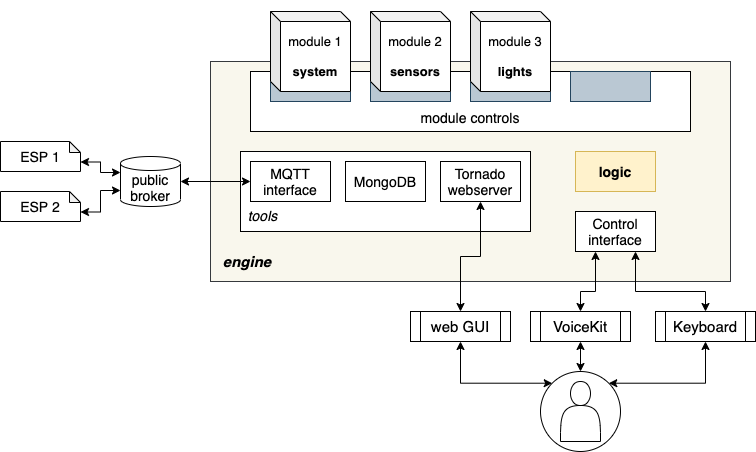
This is .img/vh_project_design.png from kitt10/iot, a draw.io export, as it was before one commit. Source tidied: cells renumbered, new cells last; positions are measured from the earlier drawing's top-left corner, leaving out a move shared by most shapes. The source it was exported from:
```xml
<mxGraphModel>
  <root>
    <mxCell id="0" />
    <mxCell id="1" parent="0" />
    <mxCell id="2" value="&lt;font style=&quot;font-size: 15px&quot;&gt;&lt;b&gt;&lt;br&gt;&lt;br&gt;&lt;br&gt;&lt;br&gt;&lt;br&gt;&lt;br&gt;&lt;br&gt;&lt;br&gt;&lt;br&gt;&lt;br&gt;&lt;br&gt;&lt;br&gt;&lt;br&gt;&amp;nbsp; &amp;nbsp; &amp;nbsp;&amp;nbsp;&lt;br&gt;&lt;i&gt;engine&amp;nbsp; &amp;nbsp; &amp;nbsp; &amp;nbsp; &amp;nbsp; &amp;nbsp; &amp;nbsp; &amp;nbsp; &amp;nbsp; &amp;nbsp; &amp;nbsp; &amp;nbsp; &amp;nbsp; &amp;nbsp; &amp;nbsp; &amp;nbsp; &amp;nbsp; &amp;nbsp; &amp;nbsp; &amp;nbsp; &amp;nbsp; &amp;nbsp; &amp;nbsp; &amp;nbsp; &amp;nbsp; &amp;nbsp; &amp;nbsp; &amp;nbsp; &amp;nbsp; &amp;nbsp; &amp;nbsp; &amp;nbsp; &amp;nbsp; &amp;nbsp; &amp;nbsp; &amp;nbsp; &amp;nbsp; &amp;nbsp; &amp;nbsp; &amp;nbsp; &amp;nbsp; &amp;nbsp; &amp;nbsp; &amp;nbsp; &amp;nbsp; &amp;nbsp; &amp;nbsp; &amp;nbsp; &amp;nbsp; &amp;nbsp; &amp;nbsp; &amp;nbsp; &amp;nbsp; &amp;nbsp;&lt;/i&gt;&lt;br&gt;&lt;br&gt;&lt;br&gt;&lt;br&gt;&lt;/b&gt;&lt;br&gt;&lt;/font&gt;" style="rounded=0;whiteSpace=wrap;html=1;fillColor=#f9f7ed;strokeColor=#36393d;" parent="1" vertex="1">
      <mxGeometry x="210" y="50" width="520" height="220" as="geometry" />
    </mxCell>
    <mxCell id="3" value="&lt;span style=&quot;font-size: 14px&quot;&gt;Control&lt;br&gt;interface&lt;br&gt;&lt;/span&gt;" style="rounded=0;whiteSpace=wrap;html=1;" parent="1" vertex="1">
      <mxGeometry x="575" y="200" width="80" height="40" as="geometry" />
    </mxCell>
    <mxCell id="4" value="&lt;font style=&quot;font-size: 15px&quot;&gt;web GUI&lt;/font&gt;" style="shape=process;whiteSpace=wrap;html=1;backgroundOutline=1;" parent="1" vertex="1">
      <mxGeometry x="410" y="300" width="100" height="30" as="geometry" />
    </mxCell>
    <mxCell id="5" value="&lt;font style=&quot;font-size: 14px&quot;&gt;&lt;br&gt;&lt;br&gt;module controls&lt;/font&gt;" style="rounded=0;whiteSpace=wrap;html=1;" parent="1" vertex="1">
      <mxGeometry x="250" y="60" width="440" height="60" as="geometry" />
    </mxCell>
    <mxCell id="6" style="rounded=0;whiteSpace=wrap;html=1;fillColor=#bac8d3;strokeColor=#23445d;" parent="1" vertex="1">
      <mxGeometry x="270" y="60" width="80" height="30" as="geometry" />
    </mxCell>
    <mxCell id="7" value="&lt;font style=&quot;font-size: 13px&quot;&gt;&lt;font style=&quot;font-size: 13px&quot;&gt;module 1&lt;br&gt;&lt;/font&gt;&lt;b&gt;&lt;br&gt;system&lt;/b&gt;&lt;/font&gt;" style="shape=cube;whiteSpace=wrap;html=1;boundedLbl=1;backgroundOutline=1;darkOpacity=0.05;darkOpacity2=0.1;size=10;" parent="1" vertex="1">
      <mxGeometry x="270" width="80" height="80" as="geometry" />
    </mxCell>
    <mxCell id="8" style="rounded=0;whiteSpace=wrap;html=1;fillColor=#bac8d3;strokeColor=#23445d;" parent="1" vertex="1">
      <mxGeometry x="370" y="60" width="80" height="30" as="geometry" />
    </mxCell>
    <mxCell id="9" style="rounded=0;whiteSpace=wrap;html=1;fillColor=#bac8d3;strokeColor=#23445d;" parent="1" vertex="1">
      <mxGeometry x="470" y="60" width="80" height="30" as="geometry" />
    </mxCell>
    <mxCell id="10" style="rounded=0;whiteSpace=wrap;html=1;fillColor=#bac8d3;strokeColor=#23445d;" parent="1" vertex="1">
      <mxGeometry x="570" y="60" width="80" height="30" as="geometry" />
    </mxCell>
    <mxCell id="11" style="group;" parent="1" vertex="1">
      <mxGeometry x="540" y="360" width="80" height="80" as="geometry" />
    </mxCell>
    <mxCell id="12" style="ellipse;whiteSpace=wrap;html=1;" parent="11" vertex="1">
      <mxGeometry width="80" height="80" as="geometry" />
    </mxCell>
    <mxCell id="13" style="shape=actor;whiteSpace=wrap;html=1;" parent="11" vertex="1">
      <mxGeometry x="20" y="10" width="40" height="60" as="geometry" />
    </mxCell>
    <mxCell id="14" value="&lt;span style=&quot;font-size: 15px&quot;&gt;VoiceKit&lt;/span&gt;" style="shape=process;whiteSpace=wrap;html=1;backgroundOutline=1;" parent="1" vertex="1">
      <mxGeometry x="530" y="300" width="100" height="30" as="geometry" />
    </mxCell>
    <mxCell id="15" value="&lt;font style=&quot;font-size: 13px&quot;&gt;&lt;font style=&quot;font-size: 13px&quot;&gt;module 2&lt;br&gt;&lt;br&gt;&lt;/font&gt;&lt;b&gt;sensors&lt;/b&gt;&lt;/font&gt;" style="shape=cube;whiteSpace=wrap;html=1;boundedLbl=1;backgroundOutline=1;darkOpacity=0.05;darkOpacity2=0.1;size=10;" parent="1" vertex="1">
      <mxGeometry x="370" width="80" height="80" as="geometry" />
    </mxCell>
    <mxCell id="16" value="&lt;font style=&quot;font-size: 13px&quot;&gt;&lt;font style=&quot;font-size: 13px&quot;&gt;module 3&lt;br&gt;&lt;br&gt;&lt;/font&gt;&lt;b&gt;lights&lt;/b&gt;&lt;/font&gt;" style="shape=cube;whiteSpace=wrap;html=1;boundedLbl=1;backgroundOutline=1;darkOpacity=0.05;darkOpacity2=0.1;size=10;" parent="1" vertex="1">
      <mxGeometry x="470" width="80" height="80" as="geometry" />
    </mxCell>
    <mxCell id="17" style="edgeStyle=orthogonalEdgeStyle;rounded=0;jettySize=auto;html=1;exitX=0;exitY=0;exitDx=0;exitDy=16;exitPerimeter=0;entryX=0;entryY=0;entryDx=80;entryDy=20.5;entryPerimeter=0;startArrow=classic;startFill=1;" parent="1" edge="1" source="18" target="26">
      <mxGeometry relative="1" as="geometry" />
    </mxCell>
    <mxCell id="18" value="&lt;font style=&quot;font-size: 14px&quot;&gt;public&lt;br&gt;broker&lt;/font&gt;" style="shape=cylinder3;whiteSpace=wrap;html=1;boundedLbl=1;backgroundOutline=1;size=7;" parent="1" vertex="1">
      <mxGeometry x="120" y="145" width="60" height="50" as="geometry" />
    </mxCell>
    <mxCell id="19" value="&lt;div style=&quot;text-align: left&quot;&gt;&lt;span style=&quot;font-size: 14px&quot;&gt;&lt;i&gt;&lt;br&gt;&lt;/i&gt;&lt;/span&gt;&lt;/div&gt;&lt;div style=&quot;text-align: left&quot;&gt;&lt;span style=&quot;font-size: 14px&quot;&gt;&lt;i&gt;&lt;br&gt;&lt;/i&gt;&lt;/span&gt;&lt;/div&gt;&lt;div style=&quot;text-align: left&quot;&gt;&lt;span style=&quot;font-size: 14px&quot;&gt;&lt;i&gt;&lt;br&gt;&lt;/i&gt;&lt;/span&gt;&lt;/div&gt;&lt;div style=&quot;text-align: left&quot;&gt;&lt;span style=&quot;font-size: 14px&quot;&gt;&lt;i&gt;&lt;br&gt;&lt;/i&gt;&lt;/span&gt;&lt;/div&gt;&lt;div style=&quot;text-align: left&quot;&gt;&lt;span style=&quot;font-size: 14px&quot;&gt;&lt;i&gt;&lt;br&gt;&lt;/i&gt;&lt;/span&gt;&lt;/div&gt;&lt;div style=&quot;text-align: left&quot;&gt;&lt;span style=&quot;font-size: 14px&quot;&gt;&lt;i&gt;tools&amp;nbsp; &amp;nbsp; &amp;nbsp; &amp;nbsp; &amp;nbsp; &amp;nbsp; &amp;nbsp; &amp;nbsp; &amp;nbsp; &amp;nbsp; &amp;nbsp; &amp;nbsp; &amp;nbsp; &amp;nbsp; &amp;nbsp; &amp;nbsp; &amp;nbsp; &amp;nbsp; &amp;nbsp; &amp;nbsp; &amp;nbsp; &amp;nbsp; &amp;nbsp; &amp;nbsp; &amp;nbsp; &amp;nbsp; &amp;nbsp; &amp;nbsp; &amp;nbsp; &amp;nbsp; &amp;nbsp; &amp;nbsp;&lt;/i&gt;&lt;/span&gt;&lt;/div&gt;&lt;div style=&quot;text-align: left&quot;&gt;&lt;span style=&quot;font-size: 14px&quot;&gt;&lt;i&gt;&lt;br&gt;&lt;/i&gt;&lt;/span&gt;&lt;/div&gt;&lt;font style=&quot;font-size: 14px&quot;&gt;&lt;br&gt;&lt;/font&gt;" style="rounded=0;whiteSpace=wrap;html=1;" parent="1" vertex="1">
      <mxGeometry x="240" y="140" width="290" height="80" as="geometry" />
    </mxCell>
    <mxCell id="20" value="&lt;font style=&quot;font-size: 14px&quot;&gt;MongoDB&lt;br&gt;&lt;/font&gt;" style="rounded=0;whiteSpace=wrap;html=1;" parent="1" vertex="1">
      <mxGeometry x="345" y="150" width="80" height="40" as="geometry" />
    </mxCell>
    <mxCell id="21" value="&lt;font style=&quot;font-size: 14px&quot;&gt;Tornado webserver&lt;/font&gt;" style="rounded=0;whiteSpace=wrap;html=1;" parent="1" vertex="1">
      <mxGeometry x="440" y="150" width="80" height="40" as="geometry" />
    </mxCell>
    <mxCell id="22" value="&lt;span style=&quot;font-size: 14px&quot;&gt;MQTT&lt;br&gt;interface&lt;br&gt;&lt;/span&gt;" style="rounded=0;whiteSpace=wrap;html=1;" parent="1" vertex="1">
      <mxGeometry x="250" y="150" width="80" height="40" as="geometry" />
    </mxCell>
    <mxCell id="23" value="&lt;span style=&quot;font-size: 14px&quot;&gt;&lt;b&gt;logic&lt;/b&gt;&lt;br&gt;&lt;/span&gt;" style="rounded=0;whiteSpace=wrap;html=1;fillColor=#fff2cc;strokeColor=#d6b656;" parent="1" vertex="1">
      <mxGeometry x="575" y="140" width="80" height="40" as="geometry" />
    </mxCell>
    <mxCell id="24" style="edgeStyle=orthogonalEdgeStyle;rounded=0;jettySize=auto;html=1;exitX=0.5;exitY=0;exitDx=0;exitDy=0;entryX=0.75;entryY=1;entryDx=0;entryDy=0;startArrow=classic;startFill=1;" parent="1" edge="1" source="25" target="3">
      <mxGeometry relative="1" as="geometry">
        <Array as="points">
          <mxPoint x="705" y="280" />
          <mxPoint x="635" y="280" />
        </Array>
      </mxGeometry>
    </mxCell>
    <mxCell id="25" value="&lt;span style=&quot;font-size: 15px&quot;&gt;Keyboard&lt;/span&gt;" style="shape=process;whiteSpace=wrap;html=1;backgroundOutline=1;" parent="1" vertex="1">
      <mxGeometry x="655" y="300" width="100" height="30" as="geometry" />
    </mxCell>
    <mxCell id="26" value="&lt;font style=&quot;font-size: 14px&quot;&gt;ESP 1&lt;/font&gt;" style="shape=note;whiteSpace=wrap;html=1;backgroundOutline=1;darkOpacity=0.05;size=11;" parent="1" vertex="1">
      <mxGeometry y="130" width="80" height="30" as="geometry" />
    </mxCell>
    <mxCell id="27" style="edgeStyle=orthogonalEdgeStyle;rounded=0;jettySize=auto;html=1;exitX=0;exitY=0;exitDx=80;exitDy=20.5;exitPerimeter=0;entryX=0;entryY=0;entryDx=0;entryDy=34;entryPerimeter=0;startArrow=classic;startFill=1;" parent="1" edge="1" source="28" target="18">
      <mxGeometry relative="1" as="geometry" />
    </mxCell>
    <mxCell id="28" value="&lt;font style=&quot;font-size: 14px&quot;&gt;ESP 2&lt;/font&gt;" style="shape=note;whiteSpace=wrap;html=1;backgroundOutline=1;darkOpacity=0.05;size=11;" parent="1" vertex="1">
      <mxGeometry y="180" width="80" height="30" as="geometry" />
    </mxCell>
    <mxCell id="29" style="edgeStyle=orthogonalEdgeStyle;rounded=0;jettySize=auto;html=1;exitX=1;exitY=0.5;exitDx=0;exitDy=0;exitPerimeter=0;entryX=0;entryY=0.5;entryDx=0;entryDy=0;startArrow=classic;startFill=1;" parent="1" edge="1" source="18" target="22">
      <mxGeometry relative="1" as="geometry" />
    </mxCell>
    <mxCell id="30" style="edgeStyle=orthogonalEdgeStyle;rounded=0;jettySize=auto;html=1;exitX=0.5;exitY=0;exitDx=0;exitDy=0;entryX=0.5;entryY=1;entryDx=0;entryDy=0;startArrow=classic;startFill=1;" parent="1" edge="1" source="4" target="21">
      <mxGeometry relative="1" as="geometry" />
    </mxCell>
    <mxCell id="31" style="edgeStyle=orthogonalEdgeStyle;rounded=0;jettySize=auto;html=1;exitX=0.5;exitY=0;exitDx=0;exitDy=0;entryX=0.25;entryY=1;entryDx=0;entryDy=0;startArrow=classic;startFill=1;" parent="1" edge="1" source="14" target="3">
      <mxGeometry relative="1" as="geometry">
        <Array as="points">
          <mxPoint x="580" y="280" />
          <mxPoint x="595" y="280" />
        </Array>
      </mxGeometry>
    </mxCell>
    <mxCell id="32" style="edgeStyle=orthogonalEdgeStyle;rounded=0;jettySize=auto;html=1;exitX=0;exitY=0;exitDx=0;exitDy=0;entryX=0.5;entryY=1;entryDx=0;entryDy=0;startArrow=classic;startFill=1;" parent="1" edge="1" source="12" target="4">
      <mxGeometry relative="1" as="geometry" />
    </mxCell>
    <mxCell id="33" style="edgeStyle=orthogonalEdgeStyle;rounded=0;jettySize=auto;html=1;exitX=0.5;exitY=0;exitDx=0;exitDy=0;entryX=0.5;entryY=1;entryDx=0;entryDy=0;startArrow=classic;startFill=1;" parent="1" edge="1" source="12" target="14">
      <mxGeometry relative="1" as="geometry" />
    </mxCell>
    <mxCell id="34" style="edgeStyle=orthogonalEdgeStyle;rounded=0;jettySize=auto;html=1;exitX=1;exitY=0;exitDx=0;exitDy=0;entryX=0.5;entryY=1;entryDx=0;entryDy=0;startArrow=classic;startFill=1;" parent="1" edge="1" source="12" target="25">
      <mxGeometry relative="1" as="geometry" />
    </mxCell>
  </root>
</mxGraphModel>
```
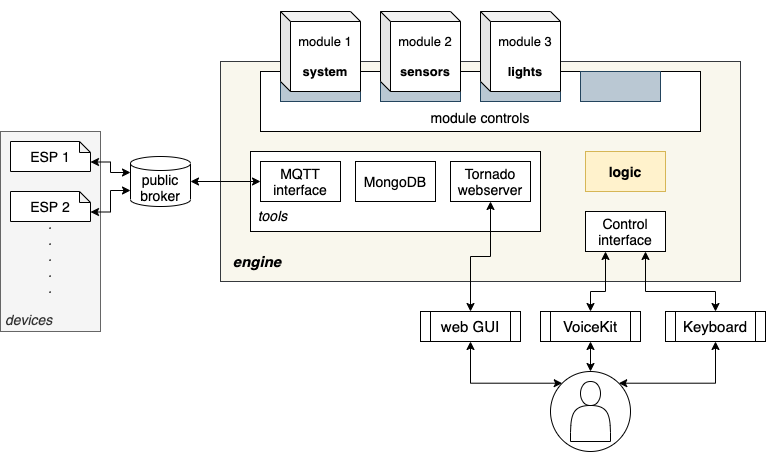
The same file after the commit.

Commit message:
backend README drafted.

What changed in the source:
```diff
@@ -2,6 +2,9 @@
   <root>
     <mxCell id="0" />
     <mxCell id="1" parent="0" />
+    <mxCell id="35" value="&lt;font style=&quot;font-size: 14px&quot;&gt;&lt;i&gt;&lt;br&gt;&lt;br&gt;&lt;br&gt;&lt;br&gt;&lt;br&gt;&lt;br&gt;.&lt;br&gt;.&lt;br&gt;.&lt;br&gt;.&lt;br&gt;.&lt;br&gt;&lt;br&gt;devices&amp;nbsp; &amp;nbsp; &amp;nbsp; &amp;nbsp; &amp;nbsp; &amp;nbsp; &amp;nbsp;&amp;nbsp;&lt;/i&gt;&lt;/font&gt;" style="rounded=0;whiteSpace=wrap;html=1;fillColor=#f5f5f5;strokeColor=#666666;fontColor=#333333;" parent="1" vertex="1">
+      <mxGeometry x="-10" y="120" width="100" height="200" as="geometry" />
+    </mxCell>
     <mxCell id="2" value="&lt;font style=&quot;font-size: 15px&quot;&gt;&lt;b&gt;&lt;br&gt;&lt;br&gt;&lt;br&gt;&lt;br&gt;&lt;br&gt;&lt;br&gt;&lt;br&gt;&lt;br&gt;&lt;br&gt;&lt;br&gt;&lt;br&gt;&lt;br&gt;&lt;br&gt;&amp;nbsp; &amp;nbsp; &amp;nbsp;&amp;nbsp;&lt;br&gt;&lt;i&gt;engine&amp;nbsp; &amp;nbsp; &amp;nbsp; &amp;nbsp; &amp;nbsp; &amp;nbsp; &amp;nbsp; &amp;nbsp; &amp;nbsp; &amp;nbsp; &amp;nbsp; &amp;nbsp; &amp;nbsp; &amp;nbsp; &amp;nbsp; &amp;nbsp; &amp;nbsp; &amp;nbsp; &amp;nbsp; &amp;nbsp; &amp;nbsp; &amp;nbsp; &amp;nbsp; &amp;nbsp; &amp;nbsp; &amp;nbsp; &amp;nbsp; &amp;nbsp; &amp;nbsp; &amp;nbsp; &amp;nbsp; &amp;nbsp; &amp;nbsp; &amp;nbsp; &amp;nbsp; &amp;nbsp; &amp;nbsp; &amp;nbsp; &amp;nbsp; &amp;nbsp; &amp;nbsp; &amp;nbsp; &amp;nbsp; &amp;nbsp; &amp;nbsp; &amp;nbsp; &amp;nbsp; &amp;nbsp; &amp;nbsp; &amp;nbsp; &amp;nbsp; &amp;nbsp; &amp;nbsp; &amp;nbsp;&lt;/i&gt;&lt;br&gt;&lt;br&gt;&lt;br&gt;&lt;br&gt;&lt;/b&gt;&lt;br&gt;&lt;/font&gt;" style="rounded=0;whiteSpace=wrap;html=1;fillColor=#f9f7ed;strokeColor=#36393d;" parent="1" vertex="1">
       <mxGeometry x="210" y="50" width="520" height="220" as="geometry" />
     </mxCell>
```
